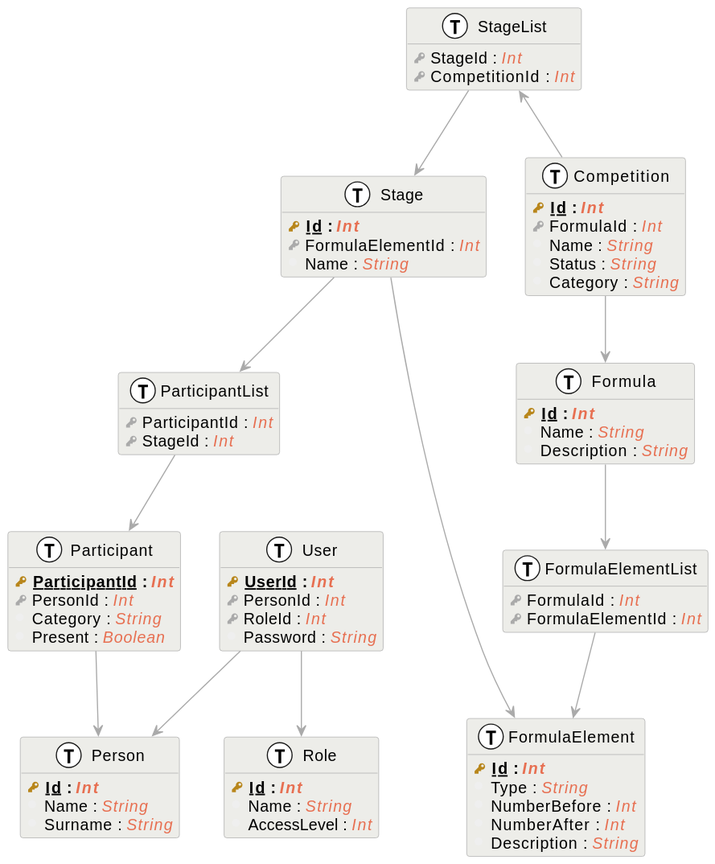
This is doc/externals/database.svg from OnHenriGolera/Astro, a PlantUML export, as it was before one commit.
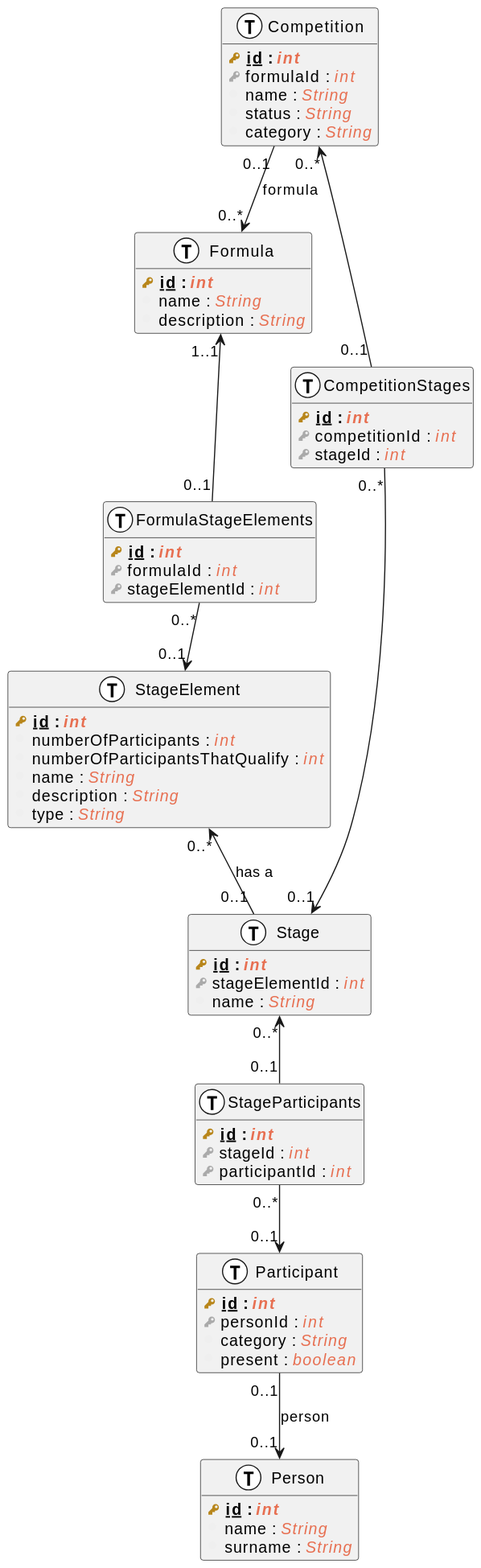
After the change.

Diff of the diagram source:
```diff
@@ -1,5 +1,4 @@
 @startuml
-
 !define primary_key(name, type) <b><color:#b8861b><&key></color> <u>name</u> : <color:#e76f51><i>type</i></color></b>
 !define foreign_key(name, type) <color:#aaaaaa><&key></color> name : <color:#e76f51><i>type</i></color>
 !define column(name, type) <color:#efefef><&media-record></color> name : <color:#e76f51><i>type</i></color>
@@ -7,91 +6,80 @@
 
 hide methods
 
-skinparam class {
-    BackgroundColor edede9
-    ArrowColor #aaaaaa
-    BorderColor #aaaaaa
-    BackgroundColor<< (T, white) >> #aaaaaa
+table(StageElement) {
+	primary_key(id, int)
+	column(numberOfParticipants, int)
+	column(numberOfParticipantsThatQualify, int)
+	column(name, String)
+	column(description, String)
+	column(type, String)
+}
+
+table(Stage) {
+	primary_key(id, int)
+	foreign_key(stageElementId, int)
+	column(name, String)
 }
 
 table(Person) {
-    primary_key(Id, Int)
-    column(Name, String)
-    column(Surname, String)
+	primary_key(id, int)
+	column(name, String)
+	column(surname, String)
 }
 
-table(User) {
-    primary_key(UserId, Int)
-    foreign_key(PersonId, Int)
-    foreign_key(RoleId, Int)
-    column(Password, String)
+table(Participant) {
+	primary_key(id, int)
+	foreign_key(personId, int)
+	column(category, String)
+	column(present, boolean)
 }
 
-table(Role) {
-    primary_key(Id, Int)
-    column(Name, String)
-    column(AccessLevel, Int)
-}
-
-table(Stage) {
-    primary_key(Id, Int)
-    foreign_key(FormulaElementId, Int)
-    column(Name, String)
-}
-
-table(StageList) {
-	foreign_key(StageId, Int)
-	foreign_key(CompetitionId, Int)
-}
-
-table(ParticipantList) {
-	foreign_key(ParticipantId, Int)
-	foreign_key(StageId, Int)
+table(Formula) {
+	primary_key(id, int)
+	column(name, String)
+	column(description, String)
 }
 
 table(Competition) {
-    primary_key(Id, Int)
-    foreign_key(FormulaId, Int)
-    column(Name, String)
-    column(Status, String)
-    column(Category, String)
+	primary_key(id, int)
+	foreign_key(formulaId, int)
+	column(name, String)
+	column(status, String)
+	column(category, String)
 }
 
-table(Formula) {
-    primary_key(Id, Int)
-    column(Name, String)
-    column(Description, String)
+StageElement "0..*" <-- "0..1" Stage : has a
+
+table(StageParticipants) {
+	primary_key(id, int)
+	foreign_key(stageId, int)
+	foreign_key(participantId, int)
 }
 
-table(FormulaElementList) {
-	foreign_key(FormulaId, Int)
-	foreign_key(FormulaElementId, Int)
+Stage "0..*" <-- "0..1" StageParticipants
+StageParticipants "0..*" --> "0..1" Participant
+
+
+
+table(CompetitionStages) {
+	primary_key(id, int)
+	foreign_key(competitionId, int)
+	foreign_key(stageId, int)
 }
 
-table(FormulaElement) {
-    primary_key(Id, Int)
-    column(Type, String)
-    column(NumberBefore, Int)
-    column(NumberAfter, Int)
-    column(Description, String)
+Competition "0..*" <-- "0..1" CompetitionStages
+CompetitionStages "0..*" --> "0..1" Stage
+Competition "0..1" --> "0..*" Formula : formula
+
+
+table(FormulaStageElements) {
+	primary_key(id, int)
+	foreign_key(formulaId, int)
+	foreign_key(stageElementId, int)
 }
 
-table(Participant) {
-    primary_key(ParticipantId, Int)
-    foreign_key(PersonId, Int)
-    column(Category, String)
-	column(Present, Boolean)
-}
+Formula "1..1" <-- "0..1" FormulaStageElements
+FormulaStageElements "0..*" --> "0..1" StageElement
 
-User --> Person
-Stage --> FormulaElement
-Competition --> Formula
-StageList --> Stage
-Stage --> ParticipantList
-ParticipantList --> Participant
-Formula --> FormulaElementList
-FormulaElementList --> FormulaElement
-Participant --> Person
-User --> Role
-StageList <-- Competition
+Participant "0..1" --> "0..1" Person : person
 @enduml
```
